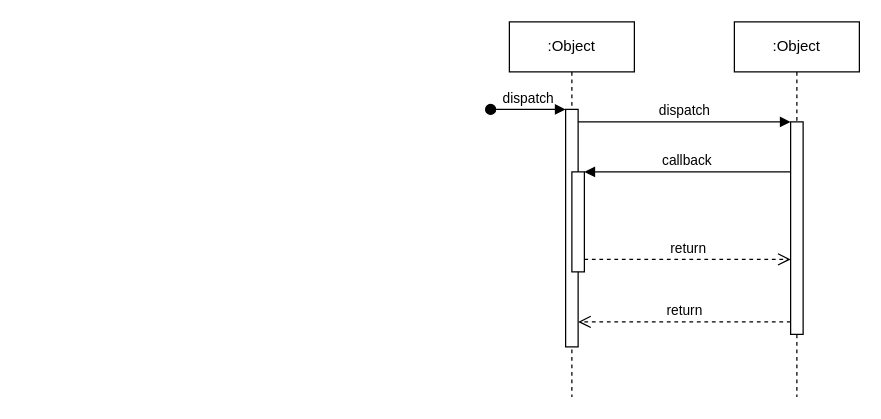
Before: aigc-driver-webui.drawio in milletzhu/datasource, a draw.io diagram. Source tidied: cells renumbered, new cells numbered last; positions are measured from the earlier drawing's top-left corner, leaving out a move shared by most shapes. Both pictures are drawn from the tidied source at 125%, with x=0, y=0 at pixel (490, 21).
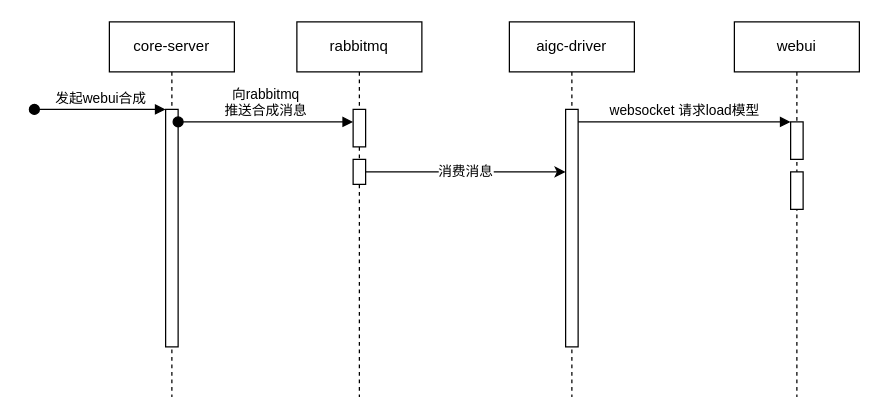
The same diagram, later.

Change to the diagram source:
```diff
@@
 <mxGraphModel>
   <root>
     <mxCell id="0" />
     <mxCell id="1" parent="0" />
-    <mxCell id="2" value=":Object" style="shape=umlLifeline;perimeter=lifelinePerimeter;whiteSpace=wrap;html=1;newEdgeStyle={&quot;edgeStyle&quot;:&quot;elbowEdgeStyle&quot;,&quot;elbow&quot;:&quot;vertical&quot;,&quot;curved&quot;:0,&quot;rounded&quot;:0};" parent="1" vertex="1">
+    <mxCell id="2" value="aigc-driver" style="shape=umlLifeline;perimeter=lifelinePerimeter;whiteSpace=wrap;html=1;newEdgeStyle={&quot;edgeStyle&quot;:&quot;elbowEdgeStyle&quot;,&quot;elbow&quot;:&quot;vertical&quot;,&quot;curved&quot;:0,&quot;rounded&quot;:0};" parent="1" vertex="1">
       <mxGeometry x="15" width="100" height="300" as="geometry" />
     </mxCell>
     <mxCell id="3" style="html=1;points=[];perimeter=orthogonalPerimeter;outlineConnect=0;targetShapes=umlLifeline;portConstraint=eastwest;newEdgeStyle={&quot;edgeStyle&quot;:&quot;elbowEdgeStyle&quot;,&quot;elbow&quot;:&quot;vertical&quot;,&quot;curved&quot;:0,&quot;rounded&quot;:0};" parent="2" vertex="1">
       <mxGeometry x="45" y="70" width="10" height="190" as="geometry" />
     </mxCell>
-    <mxCell id="4" value="dispatch" style="html=1;verticalAlign=bottom;startArrow=oval;endArrow=block;startSize=8;edgeStyle=elbowEdgeStyle;elbow=vertical;curved=0;rounded=0;" parent="2" edge="1" target="3">
-      <mxGeometry relative="1" as="geometry">
-        <mxPoint x="-15" y="70" as="sourcePoint" />
-      </mxGeometry>
-    </mxCell>
-    <mxCell id="5" style="html=1;points=[];perimeter=orthogonalPerimeter;outlineConnect=0;targetShapes=umlLifeline;portConstraint=eastwest;newEdgeStyle={&quot;edgeStyle&quot;:&quot;elbowEdgeStyle&quot;,&quot;elbow&quot;:&quot;vertical&quot;,&quot;curved&quot;:0,&quot;rounded&quot;:0};" parent="2" vertex="1">
-      <mxGeometry x="50" y="120" width="10" height="80" as="geometry" />
-    </mxCell>
-    <mxCell id="6" value=":Object" style="shape=umlLifeline;perimeter=lifelinePerimeter;whiteSpace=wrap;html=1;newEdgeStyle={&quot;edgeStyle&quot;:&quot;elbowEdgeStyle&quot;,&quot;elbow&quot;:&quot;vertical&quot;,&quot;curved&quot;:0,&quot;rounded&quot;:0};" parent="1" vertex="1">
+    <mxCell id="6" value="webui" style="shape=umlLifeline;perimeter=lifelinePerimeter;whiteSpace=wrap;html=1;newEdgeStyle={&quot;edgeStyle&quot;:&quot;elbowEdgeStyle&quot;,&quot;elbow&quot;:&quot;vertical&quot;,&quot;curved&quot;:0,&quot;rounded&quot;:0};" parent="1" vertex="1">
       <mxGeometry x="195" width="100" height="300" as="geometry" />
     </mxCell>
     <mxCell id="7" style="html=1;points=[];perimeter=orthogonalPerimeter;outlineConnect=0;targetShapes=umlLifeline;portConstraint=eastwest;newEdgeStyle={&quot;edgeStyle&quot;:&quot;elbowEdgeStyle&quot;,&quot;elbow&quot;:&quot;vertical&quot;,&quot;curved&quot;:0,&quot;rounded&quot;:0};" parent="6" vertex="1">
-      <mxGeometry x="45" y="80" width="10" height="170" as="geometry" />
+      <mxGeometry x="45" y="80" width="10" height="30" as="geometry" />
     </mxCell>
+    <mxCell id="12" style="html=1;perimeter=orthogonalPerimeter;targetShapes=umlLifeline;newEdgeStyle={&quot;edgeStyle&quot;:&quot;elbowEdgeStyle&quot;,&quot;elbow&quot;:&quot;vertical&quot;,&quot;curved&quot;:0,&quot;rounded&quot;:0};" parent="6" vertex="1">
+      <mxGeometry x="45" y="120" width="10" height="30" as="geometry" />
+    </mxCell>
-    <mxCell id="8" value="dispatch" style="html=1;verticalAlign=bottom;endArrow=block;edgeStyle=elbowEdgeStyle;elbow=vertical;curved=0;rounded=0;" parent="1" edge="1" source="3" target="7">
+    <mxCell id="8" value="websocket 请求load模型" style="html=1;verticalAlign=bottom;endArrow=block;edgeStyle=elbowEdgeStyle;elbow=vertical;curved=0;rounded=0;" parent="1" edge="1" source="3" target="7">
       <mxGeometry relative="1" as="geometry">
         <Array as="points">
           <mxPoint x="155" y="80" />
         </Array>
       </mxGeometry>
     </mxCell>
-    <mxCell id="9" value="return" style="html=1;verticalAlign=bottom;endArrow=open;dashed=1;endSize=8;edgeStyle=elbowEdgeStyle;elbow=vertical;curved=0;rounded=0;" parent="1" edge="1" source="7" target="3">
-      <mxGeometry relative="1" as="geometry">
-        <Array as="points">
-          <mxPoint x="165" y="240" />
-        </Array>
-      </mxGeometry>
-    </mxCell>
-    <mxCell id="10" value="callback" style="html=1;verticalAlign=bottom;endArrow=block;edgeStyle=elbowEdgeStyle;elbow=vertical;curved=0;rounded=0;" parent="1" edge="1" source="7" target="5">
-      <mxGeometry relative="1" as="geometry">
-        <Array as="points">
-          <mxPoint x="165" y="120" />
-        </Array>
-      </mxGeometry>
-    </mxCell>
-    <mxCell id="11" value="return" style="html=1;verticalAlign=bottom;endArrow=open;dashed=1;endSize=8;edgeStyle=elbowEdgeStyle;elbow=vertical;curved=0;rounded=0;" parent="1" edge="1" source="5" target="7">
-      <mxGeometry relative="1" as="geometry">
-        <Array as="points">
-          <mxPoint x="155" y="190" />
-        </Array>
-      </mxGeometry>
-    </mxCell>
+    <mxCell id="13" value="rabbitmq" style="shape=umlLifeline;perimeter=lifelinePerimeter;whiteSpace=wrap;html=1;newEdgeStyle={&quot;edgeStyle&quot;:&quot;elbowEdgeStyle&quot;,&quot;elbow&quot;:&quot;vertical&quot;,&quot;curved&quot;:0,&quot;rounded&quot;:0};" parent="1" vertex="1">
+      <mxGeometry x="-155" width="100" height="300" as="geometry" />
+    </mxCell>
+    <mxCell id="14" style="html=1;perimeter=orthogonalPerimeter;targetShapes=umlLifeline;newEdgeStyle={&quot;edgeStyle&quot;:&quot;elbowEdgeStyle&quot;,&quot;elbow&quot;:&quot;vertical&quot;,&quot;curved&quot;:0,&quot;rounded&quot;:0};" parent="13" vertex="1">
+      <mxGeometry x="45" y="70" width="10" height="30" as="geometry" />
+    </mxCell>
+    <mxCell id="15" style="html=1;points=[];perimeter=orthogonalPerimeter;outlineConnect=0;targetShapes=umlLifeline;portConstraint=eastwest;newEdgeStyle={&quot;edgeStyle&quot;:&quot;elbowEdgeStyle&quot;,&quot;elbow&quot;:&quot;vertical&quot;,&quot;curved&quot;:0,&quot;rounded&quot;:0};" parent="13" vertex="1">
+      <mxGeometry x="45" y="110" width="10" height="20" as="geometry" />
+    </mxCell>
+    <mxCell id="16" value="core-server" style="shape=umlLifeline;perimeter=lifelinePerimeter;whiteSpace=wrap;html=1;newEdgeStyle={&quot;edgeStyle&quot;:&quot;elbowEdgeStyle&quot;,&quot;elbow&quot;:&quot;vertical&quot;,&quot;curved&quot;:0,&quot;rounded&quot;:0};" parent="1" vertex="1">
+      <mxGeometry x="-305" width="100" height="300" as="geometry" />
+    </mxCell>
+    <mxCell id="17" style="html=1;points=[];perimeter=orthogonalPerimeter;outlineConnect=0;targetShapes=umlLifeline;portConstraint=eastwest;newEdgeStyle={&quot;edgeStyle&quot;:&quot;elbowEdgeStyle&quot;,&quot;elbow&quot;:&quot;vertical&quot;,&quot;curved&quot;:0,&quot;rounded&quot;:0};" parent="16" vertex="1">
+      <mxGeometry x="45" y="70" width="10" height="190" as="geometry" />
+    </mxCell>
+    <mxCell id="18" value="发起webui合成" style="html=1;verticalAlign=bottom;startArrow=oval;endArrow=block;startSize=8;edgeStyle=elbowEdgeStyle;elbow=vertical;curved=0;rounded=0;" parent="16" edge="1" target="17">
+      <mxGeometry relative="1" as="geometry">
+        <mxPoint x="-60" y="70" as="sourcePoint" />
+      </mxGeometry>
+    </mxCell>
+    <mxCell id="19" value="向rabbitmq&lt;br&gt;推送合成消息" style="html=1;verticalAlign=bottom;startArrow=oval;endArrow=block;startSize=8;edgeStyle=elbowEdgeStyle;elbow=vertical;curved=0;rounded=0;" parent="1" edge="1">
+      <mxGeometry relative="1" as="geometry">
+        <mxPoint x="-250" y="80" as="sourcePoint" />
+        <mxPoint x="-110" y="80" as="targetPoint" />
+      </mxGeometry>
+    </mxCell>
+    <mxCell id="20" value="消费消息" style="edgeStyle=elbowEdgeStyle;rounded=0;jettySize=auto;html=1;elbow=vertical;curved=0;" parent="1" edge="1" source="15" target="3">
+      <mxGeometry relative="1" as="geometry" />
+    </mxCell>
   </root>
 </mxGraphModel>
```
